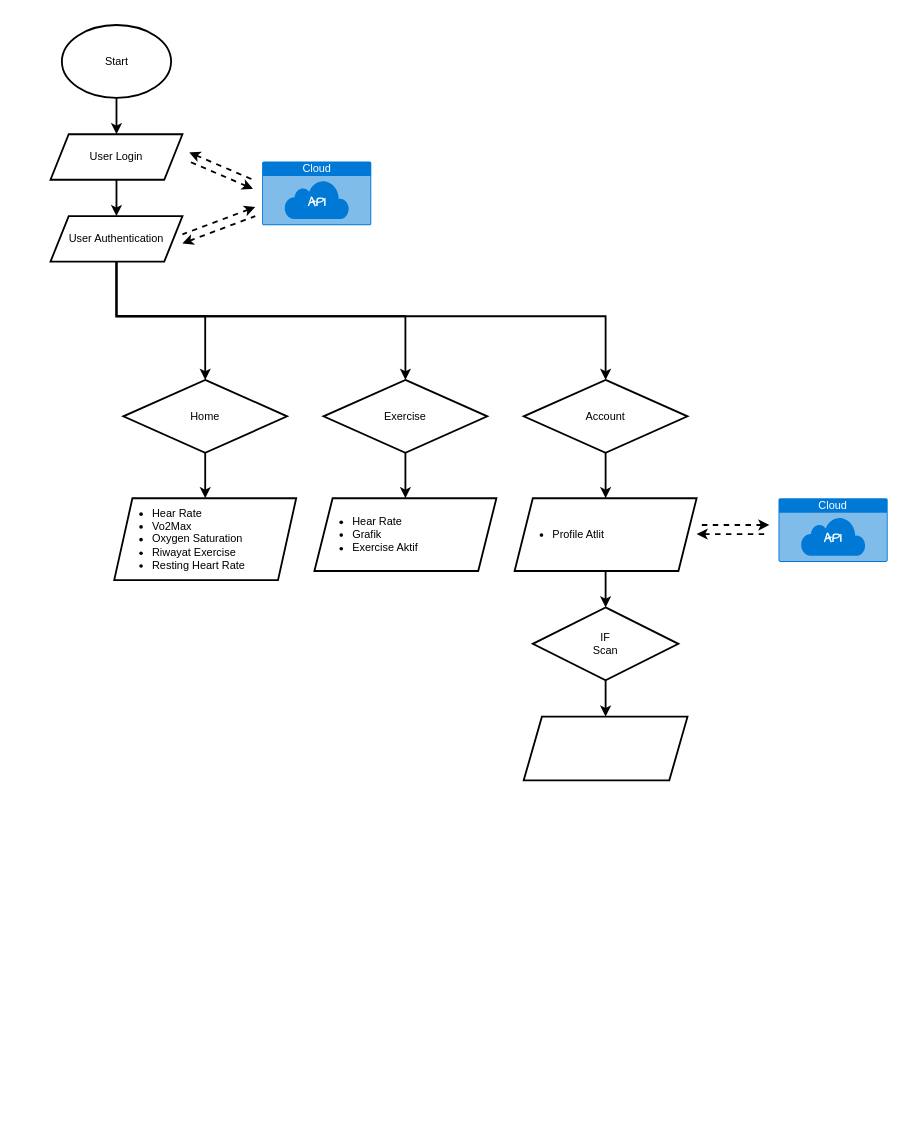
ilhamdestyo/draw.io keeps this draw.io diagram as Smartwatch.drawio. Above is the earlier version. Source tidied: cells renumbered, new cells numbered last; positions are measured from the earlier drawing's top-left corner, leaving out a move shared by most shapes. Both pictures are drawn from the tidied source at 91%, with x=0, y=0 at pixel (50, 25).
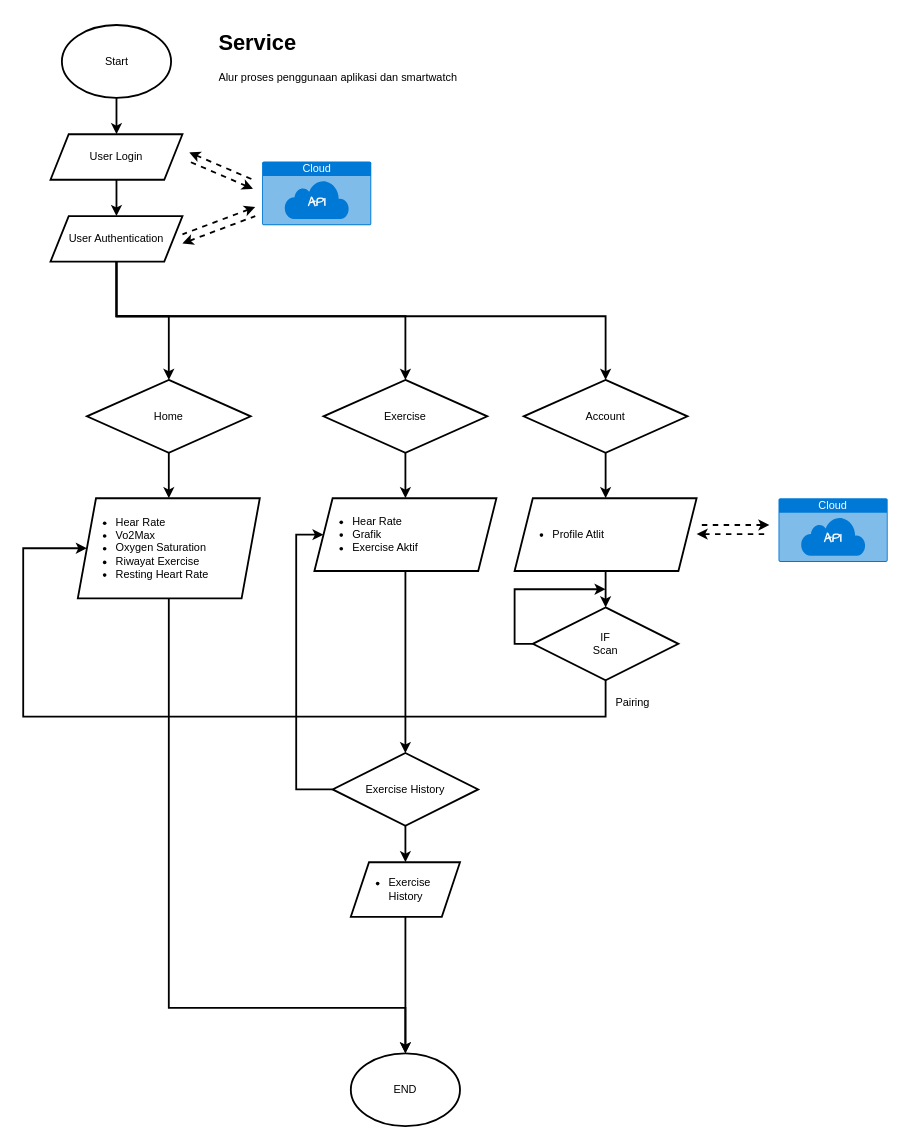
Above is the later version.

Commit message (it also covers changes not shown here):
Update Smartwatch flowchart

The change refers to these unchanged cells:
```xml
<mxCell id="6" value="User Authentication" style="shape=parallelogram;perimeter=parallelogramPerimeter;whiteSpace=wrap;html=1;fixedSize=1;strokeWidth=2;" parent="1" vertex="1">
  <mxGeometry y="210" width="145" height="50" as="geometry" />
</mxCell>
<mxCell id="17" value="&lt;ul&gt;&lt;li&gt;Hear Rate&lt;/li&gt;&lt;li&gt;Grafik&lt;/li&gt;&lt;li&gt;Exercise Aktif&lt;/li&gt;&lt;/ul&gt;" style="shape=parallelogram;perimeter=parallelogramPerimeter;whiteSpace=wrap;html=1;fixedSize=1;align=left;strokeWidth=2;" parent="1" vertex="1">
  <mxGeometry x="290" y="520" width="200" height="80" as="geometry" />
</mxCell>
<mxCell id="33" value="IF&lt;br&gt;Scan" style="rhombus;whiteSpace=wrap;html=1;align=center;strokeWidth=2;" parent="1" vertex="1">
  <mxGeometry x="530" y="640" width="160" height="80" as="geometry" />
</mxCell>
```

The edit, as a diff of the source:
```diff
@@
     <mxCell id="7" style="edgeStyle=orthogonalEdgeStyle;rounded=0;jettySize=auto;html=1;entryX=0.5;entryY=0;entryDx=0;entryDy=0;strokeWidth=2;exitX=0.5;exitY=1;exitDx=0;exitDy=0;" parent="1" edge="1" source="6" target="11">
       <mxGeometry relative="1" as="geometry">
         <Array as="points">
           <mxPoint x="73" y="320" />
-          <mxPoint x="170" y="320" />
+          <mxPoint x="130" y="320" />
         </Array>
       </mxGeometry>
     </mxCell>
@@
     <mxCell id="11" value="Home" style="rhombus;whiteSpace=wrap;html=1;strokeWidth=2;" parent="1" vertex="1">
-      <mxGeometry x="80" y="390" width="180" height="80" as="geometry" />
+      <mxGeometry x="40" y="390" width="180" height="80" as="geometry" />
     </mxCell>
@@
+    <mxCell id="35" style="edgeStyle=orthogonalEdgeStyle;rounded=0;jettySize=auto;html=1;entryX=0.5;entryY=0;entryDx=0;entryDy=0;strokeWidth=2;" parent="1" edge="1" source="16" target="45">
+      <mxGeometry relative="1" as="geometry">
+        <Array as="points">
+          <mxPoint x="130" y="1080" />
+          <mxPoint x="390" y="1080" />
+        </Array>
+      </mxGeometry>
+    </mxCell>
     <mxCell id="16" value="&lt;ul&gt;&lt;li&gt;Hear Rate&lt;/li&gt;&lt;li&gt;Vo2Max&lt;/li&gt;&lt;li&gt;Oxygen Saturation&lt;/li&gt;&lt;li&gt;Riwayat Exercise&lt;/li&gt;&lt;li&gt;Resting Heart Rate&lt;/li&gt;&lt;/ul&gt;" style="shape=parallelogram;perimeter=parallelogramPerimeter;whiteSpace=wrap;html=1;fixedSize=1;align=left;strokeWidth=2;" parent="1" vertex="1">
-      <mxGeometry x="70" y="520" width="200" height="90" as="geometry" />
+      <mxGeometry x="30" y="520" width="200" height="110" as="geometry" />
     </mxCell>
+    <mxCell id="36" style="edgeStyle=orthogonalEdgeStyle;rounded=0;jettySize=auto;html=1;entryX=0.5;entryY=0;entryDx=0;entryDy=0;strokeWidth=2;" parent="1" edge="1" source="17" target="42">
+      <mxGeometry relative="1" as="geometry" />
+    </mxCell>
@@
-    <mxCell id="32" style="edgeStyle=orthogonalEdgeStyle;rounded=0;jettySize=auto;html=1;strokeWidth=2;" parent="1" edge="1" source="33" target="34">
-      <mxGeometry relative="1" as="geometry" />
-    </mxCell>
+    <mxCell id="37" style="edgeStyle=orthogonalEdgeStyle;rounded=0;jettySize=auto;html=1;endSize=6;strokeWidth=2;entryX=0;entryY=0.5;entryDx=0;entryDy=0;" parent="1" edge="1" source="33" target="16">
+      <mxGeometry relative="1" as="geometry">
+        <Array as="points">
+          <mxPoint x="610" y="760" />
+          <mxPoint x="-30" y="760" />
+          <mxPoint x="-30" y="575" />
+        </Array>
+      </mxGeometry>
+    </mxCell>
+    <mxCell id="38" style="edgeStyle=orthogonalEdgeStyle;rounded=0;jettySize=auto;html=1;strokeWidth=2;" parent="1" edge="1" source="33">
+      <mxGeometry relative="1" as="geometry">
+        <mxPoint x="610" y="620" as="targetPoint" />
+        <Array as="points">
+          <mxPoint x="510" y="680" />
+          <mxPoint x="510" y="620" />
+        </Array>
+      </mxGeometry>
+    </mxCell>
@@
-    <mxCell id="34" style="shape=parallelogram;perimeter=parallelogramPerimeter;whiteSpace=wrap;html=1;fixedSize=1;strokeWidth=2;" parent="1" vertex="1">
-      <mxGeometry x="520" y="760" width="180" height="70" as="geometry" />
-    </mxCell>
+    <mxCell id="39" value="Pairing" style="text;html=1;strokeColor=none;fillColor=none;align=center;verticalAlign=middle;whiteSpace=wrap;rounded=0;" parent="1" vertex="1">
+      <mxGeometry x="610" y="730" width="60" height="30" as="geometry" />
+    </mxCell>
+    <mxCell id="40" style="edgeStyle=orthogonalEdgeStyle;rounded=0;jettySize=auto;html=1;entryX=0;entryY=0.5;entryDx=0;entryDy=0;strokeWidth=2;" parent="1" edge="1" source="42" target="17">
+      <mxGeometry relative="1" as="geometry">
+        <Array as="points">
+          <mxPoint x="270" y="840" />
+          <mxPoint x="270" y="560" />
+        </Array>
+      </mxGeometry>
+    </mxCell>
+    <mxCell id="41" style="edgeStyle=orthogonalEdgeStyle;rounded=0;jettySize=auto;html=1;strokeWidth=2;" parent="1" edge="1" source="42" target="44">
+      <mxGeometry relative="1" as="geometry" />
+    </mxCell>
+    <mxCell id="42" value="Exercise History" style="rhombus;whiteSpace=wrap;html=1;align=center;strokeWidth=2;" parent="1" vertex="1">
+      <mxGeometry x="310" y="800" width="160" height="80" as="geometry" />
+    </mxCell>
+    <mxCell id="43" style="edgeStyle=orthogonalEdgeStyle;rounded=0;jettySize=auto;html=1;entryX=0.5;entryY=0;entryDx=0;entryDy=0;strokeWidth=2;" parent="1" edge="1" source="44" target="45">
+      <mxGeometry relative="1" as="geometry" />
+    </mxCell>
+    <mxCell id="44" value="&lt;ul&gt;&lt;li&gt;Exercise History&lt;/li&gt;&lt;/ul&gt;" style="shape=parallelogram;perimeter=parallelogramPerimeter;whiteSpace=wrap;html=1;fixedSize=1;strokeWidth=2;align=left;" parent="1" vertex="1">
+      <mxGeometry x="330" y="920" width="120" height="60" as="geometry" />
+    </mxCell>
+    <mxCell id="45" value="END" style="ellipse;whiteSpace=wrap;html=1;strokeWidth=2;" parent="1" vertex="1">
+      <mxGeometry x="330" y="1130" width="120" height="80" as="geometry" />
+    </mxCell>
+    <mxCell id="46" value="&lt;h1&gt;Service&lt;/h1&gt;&lt;p&gt;Alur proses penggunaan aplikasi dan smartwatch&amp;nbsp;&lt;/p&gt;" style="text;html=1;strokeColor=none;fillColor=none;spacing=5;spacingTop=-20;whiteSpace=wrap;overflow=hidden;rounded=0;" parent="1" vertex="1">
+      <mxGeometry x="180" width="320" height="70" as="geometry" />
+    </mxCell>
```
